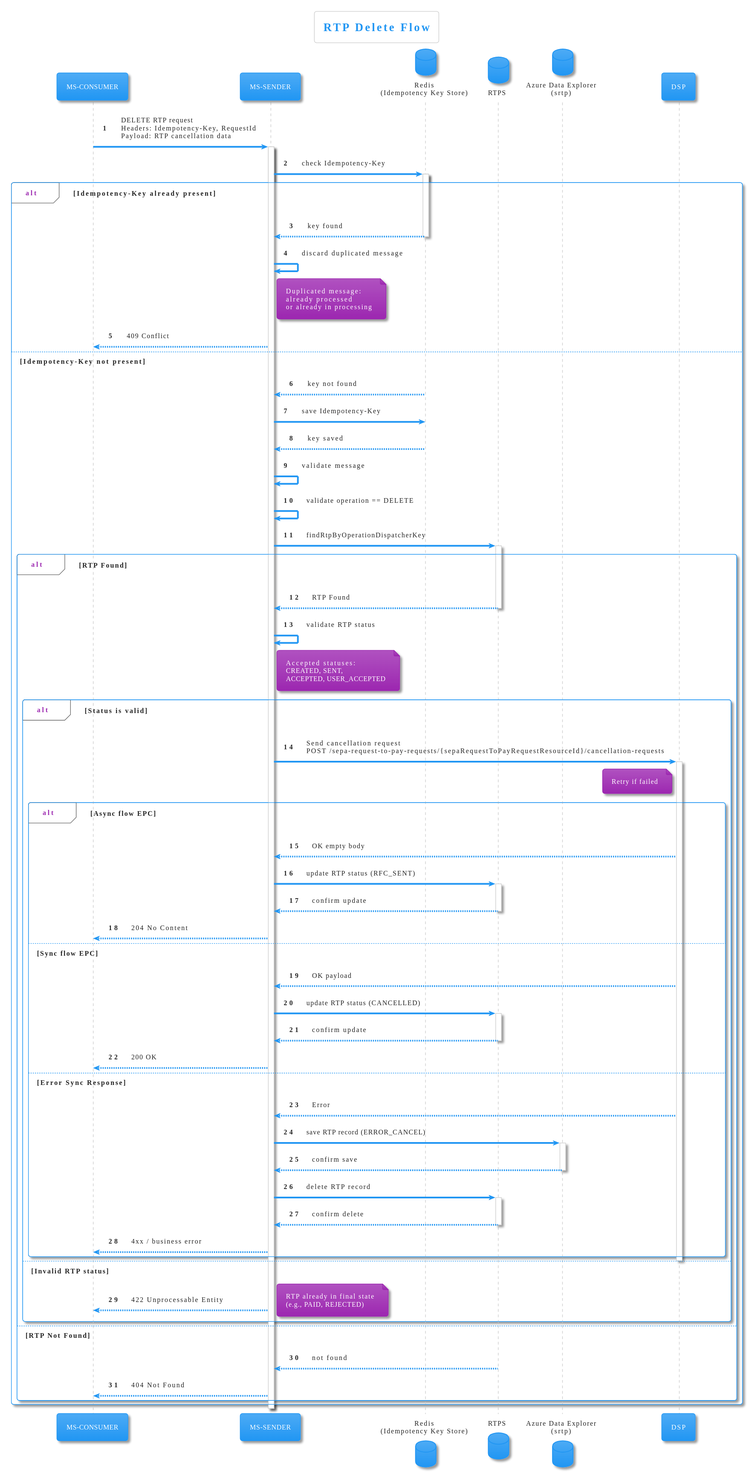
Above: diagrams/cancel.svg in pagopa/rtp-docs (PlantUML), before the change.
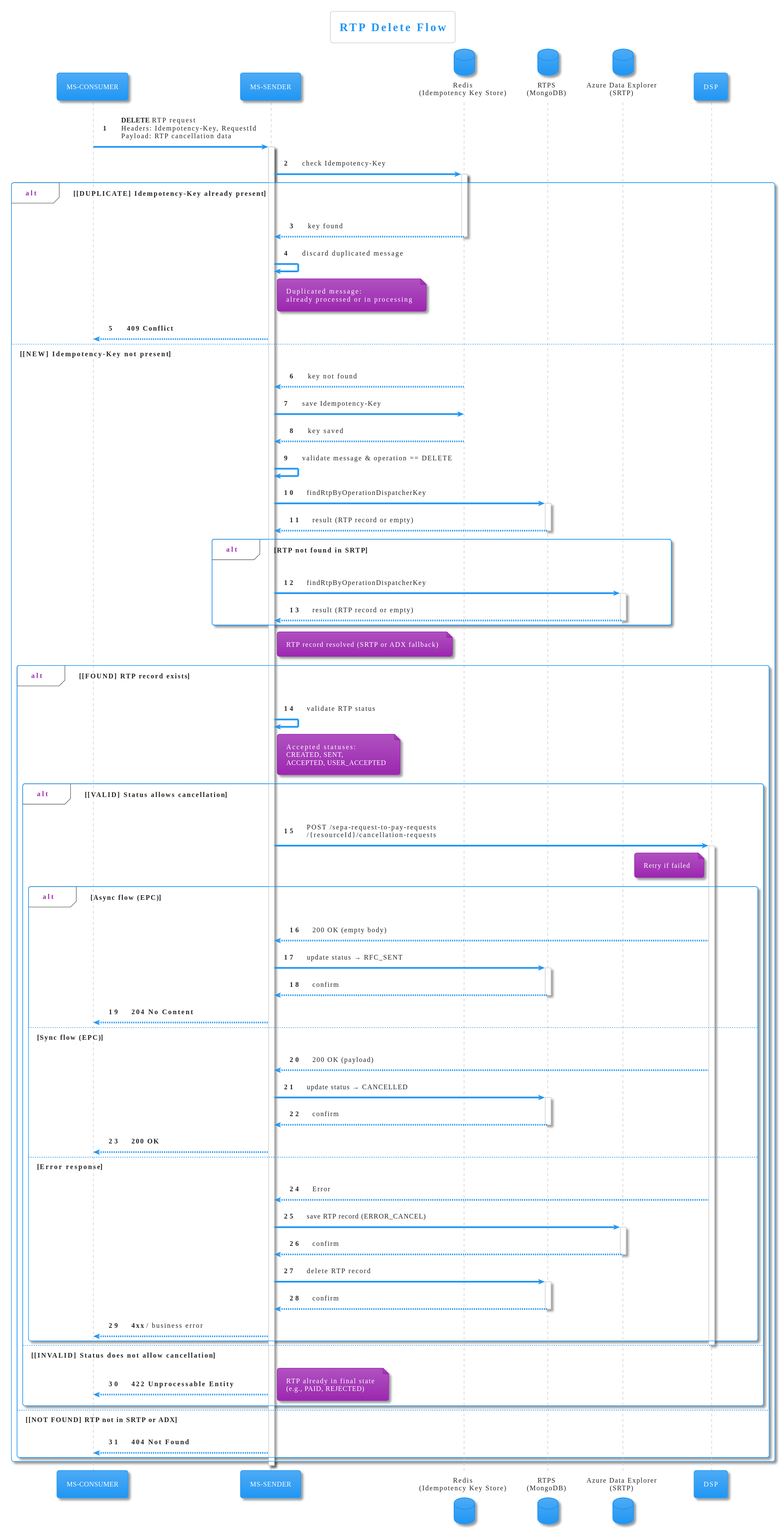
The same file after the commit.

Commit message:
feat: [SRTP-1820] update DR ADX fallback lookup (#44)

The edit, as a diff of the source:
```diff
@@ -7,43 +7,50 @@
 participant "MS-CONSUMER" as CONSUMER
 participant "MS-SENDER" as SENDER
 database "Redis\n(Idempotency Key Store)" as REDIS
-database "RTPS" as SRTP
-database "Azure Data Explorer\n(srtp)" as ADX
+database "RTPS\n(MongoDB)" as SRTP
+database "Azure Data Explorer\n(SRTP)" as ADX
 participant "DSP" as DSP
 
 autonumber
 
-CONSUMER -> SENDER: DELETE RTP request\nHeaders: Idempotency-Key, RequestId\nPayload: RTP cancellation data
+CONSUMER -> SENDER: **DELETE** RTP request\nHeaders: Idempotency-Key, RequestId\nPayload: RTP cancellation data
 activate SENDER
 
 SENDER -> REDIS: check Idempotency-Key
 activate REDIS
 
-alt Idempotency-Key already present
+alt **[DUPLICATE] Idempotency-Key already present**
     REDIS --> SENDER: key found
     deactivate REDIS
     SENDER -> SENDER: discard duplicated message
     note right of SENDER
       Duplicated message:
-      already processed
-      or already in processing
+      already processed or in processing
     end note
-    SENDER --> CONSUMER: 409 Conflict
+    SENDER --> CONSUMER: **409 Conflict**
 
-else Idempotency-Key not present
+else **[NEW] Idempotency-Key not present**
     REDIS --> SENDER: key not found
     SENDER -> REDIS: save Idempotency-Key
     REDIS --> SENDER: key saved
     deactivate REDIS
 
-    SENDER -> SENDER: validate message
-    SENDER -> SENDER: validate operation == DELETE
+    SENDER -> SENDER: validate message & operation == DELETE
+
     SENDER -> SRTP: findRtpByOperationDispatcherKey
     activate SRTP
+    SRTP --> SENDER: result (RTP record or empty)
+    deactivate SRTP
 
-    alt RTP Found
-        SRTP --> SENDER: RTP Found
-        deactivate SRTP
+    alt **RTP not found in SRTP**
+        SENDER -> ADX: findRtpByOperationDispatcherKey
+        activate ADX
+        ADX --> SENDER: result (RTP record or empty)
+        deactivate ADX
+    end
+    note right of SENDER: RTP record resolved (SRTP or ADX fallback)
+
+    alt **[FOUND] RTP record exists**
 
         SENDER -> SENDER: validate RTP status
         note right of SENDER
@@ -52,58 +59,51 @@
           ACCEPTED, USER_ACCEPTED
         end note
 
-        alt Status is valid
-            SENDER -> DSP: Send cancellation request\nPOST /sepa-request-to-pay-requests/{sepaRequestToPayRequestResourceId}/cancellation-requests
+        alt **[VALID] Status allows cancellation**
+            SENDER -> DSP: POST /sepa-request-to-pay-requests\n/{resourceId}/cancellation-requests
             activate DSP
+            note left of DSP: Retry if failed
 
-            note left of DSP
-              Retry if failed
-            end note
+            alt **Async flow (EPC)**
+                DSP --> SENDER: 200 OK (empty body)
+                SENDER -> SRTP: update status → RFC_SENT
+                activate SRTP
+                SRTP --> SENDER: confirm
+                deactivate SRTP
+                SENDER --> CONSUMER: **204 No Content**
 
-            alt Async flow EPC
-                DSP --> SENDER: OK empty body
-                SENDER -> SRTP: update RTP status (RFC_SENT)
+            else **Sync flow (EPC)**
+                DSP --> SENDER: 200 OK (payload)
+                SENDER -> SRTP: update status → CANCELLED
                 activate SRTP
-                SRTP --> SENDER: confirm update
+                SRTP --> SENDER: confirm
                 deactivate SRTP
-                SENDER --> CONSUMER: 204 No Content
+                SENDER --> CONSUMER: **200 OK**
 
-            else Sync flow EPC
-                DSP --> SENDER: OK payload
-                SENDER -> SRTP: update RTP status (CANCELLED)
-                activate SRTP
-                SRTP --> SENDER: confirm update
-                deactivate SRTP
-                SENDER --> CONSUMER: 200 OK
-
-            else Error Sync Response
+            else **Error response**
                 DSP --> SENDER: Error
                 SENDER -> ADX: save RTP record (ERROR_CANCEL)
                 activate ADX
-                ADX --> SENDER: confirm save
+                ADX --> SENDER: confirm
                 deactivate ADX
                 SENDER -> SRTP: delete RTP record
                 activate SRTP
-                SRTP --> SENDER: confirm delete
+                SRTP --> SENDER: confirm
                 deactivate SRTP
-                SENDER --> CONSUMER: 4xx / business error
+                SENDER --> CONSUMER: **4xx** / business error
             end
 
             deactivate DSP
 
-        else Invalid RTP status
-            SENDER --> CONSUMER: 422 Unprocessable Entity
-            note right
-              RTP already in final state
-              (e.g., PAID, REJECTED)
-            end note
+        else **[INVALID] Status does not allow cancellation**
+            SENDER --> CONSUMER: **422 Unprocessable Entity**
+            note right: RTP already in final state\n(e.g., PAID, REJECTED)
         end
 
-    else RTP Not Found
-        SRTP --> SENDER: not found
-        deactivate SRTP
-        SENDER --> CONSUMER: 404 Not Found
+    else **[NOT FOUND] RTP not in SRTP or ADX**
+        SENDER --> CONSUMER: **404 Not Found**
     end
+
 end
 
 deactivate SENDER
```
